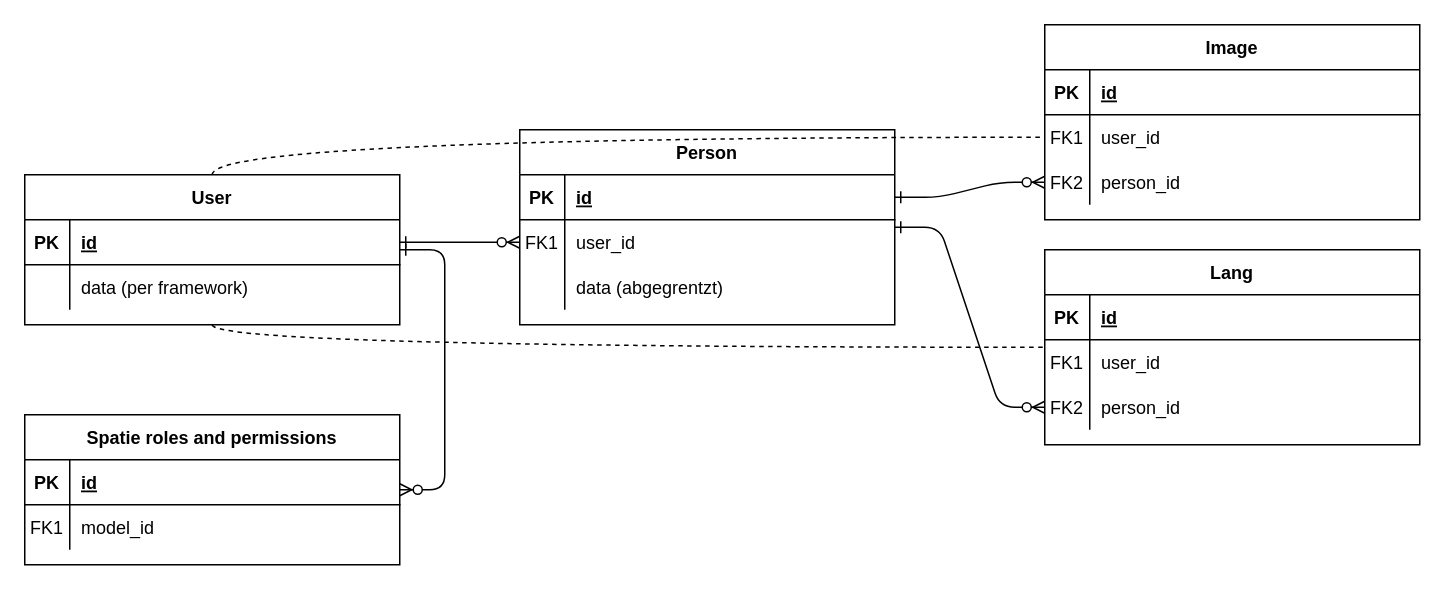
erth5/lv.pre keeps this draw.io diagram as doc/Relationship_Modell.drawio. Above is the earlier version. Source tidied: cells renumbered, new cells numbered last; positions are measured from the earlier drawing's top-left corner, leaving out a move shared by most shapes. Both pictures are drawn from the tidied source at 150%, with x=0, y=0 at pixel (24, 24).
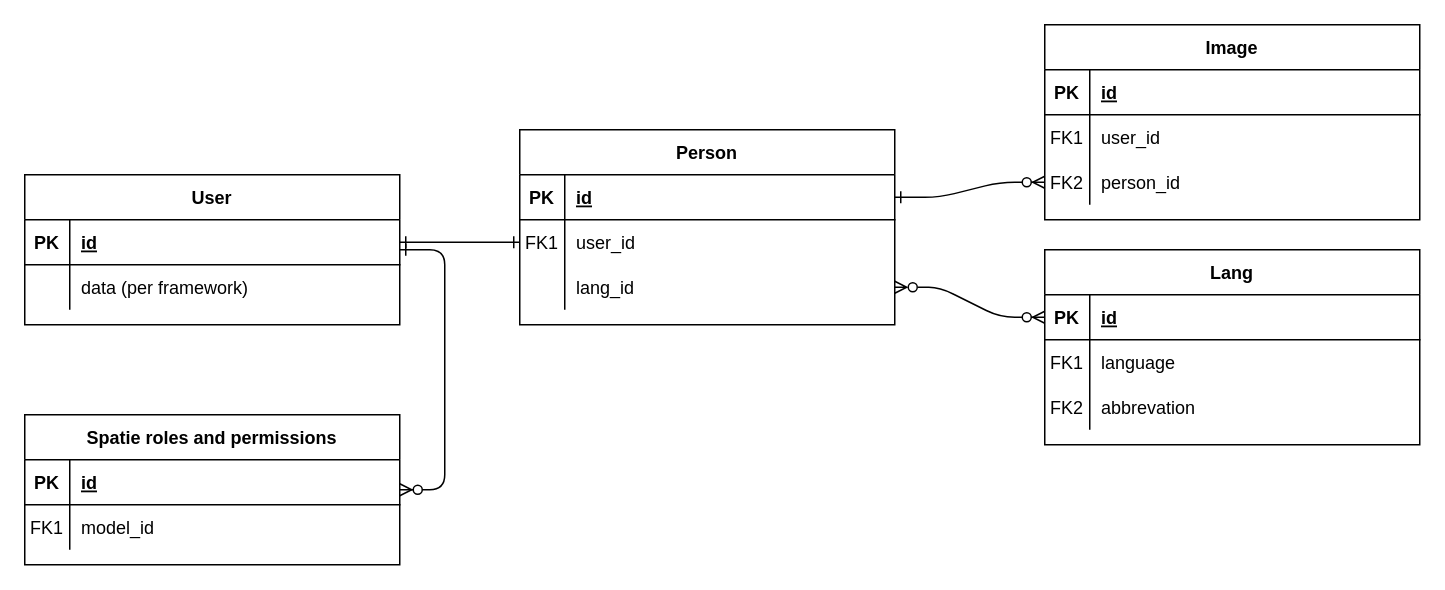
The same page after the edit.

Unchanged cells that the change refers to:
```xml
<mxCell id="4" value="Person" style="shape=table;startSize=30;childLayout=tableLayout;rowLines=0;fontStyle=1;align=center;" parent="1" vertex="1">
  <mxGeometry x="330" y="70" width="250" height="130" as="geometry" />
</mxCell>
<mxCell id="8" style="shape=partialRectangle;fillColor=none;points=[[0,0.5],[1,0.5]];portConstraint=eastwest;top=0;left=0;right=0;bottom=0;" parent="4" vertex="1">
  <mxGeometry y="60" width="250" height="30" as="geometry" />
</mxCell>
<mxCell id="11" style="shape=partialRectangle;fillColor=none;points=[[0,0.5],[1,0.5]];portConstraint=eastwest;top=0;left=0;right=0;bottom=0;" parent="4" vertex="1">
  <mxGeometry y="90" width="250" height="30" as="geometry" />
</mxCell>
<mxCell id="18" style="shape=partialRectangle;fillColor=none;points=[[0,0.5],[1,0.5]];portConstraint=eastwest;top=0;left=0;right=0;bottom=0;" parent="14" vertex="1">
  <mxGeometry y="60" width="250" height="30" as="geometry" />
</mxCell>
<mxCell id="24" value="User" style="shape=table;startSize=30;childLayout=tableLayout;rowLines=0;fontStyle=1;align=center;" parent="1" vertex="1">
  <mxGeometry y="100" width="250" height="100" as="geometry" />
</mxCell>
<mxCell id="25" style="shape=partialRectangle;fillColor=none;points=[[0,0.5],[1,0.5]];portConstraint=eastwest;top=0;left=0;right=0;bottom=1;" parent="24" vertex="1">
  <mxGeometry y="30" width="250" height="30" as="geometry" />
</mxCell>
<mxCell id="31" value="Lang" style="shape=table;startSize=30;childLayout=tableLayout;rowLines=0;fontStyle=1;align=center;" parent="1" vertex="1">
  <mxGeometry x="680" y="150" width="250" height="130" as="geometry" />
</mxCell>
<mxCell id="32" style="shape=partialRectangle;fillColor=none;points=[[0,0.5],[1,0.5]];portConstraint=eastwest;top=0;left=0;right=0;bottom=1;" parent="31" vertex="1">
  <mxGeometry y="30" width="250" height="30" as="geometry" />
</mxCell>
<mxCell id="35" style="shape=partialRectangle;fillColor=none;top=0;left=0;right=0;bottom=0;" parent="31" vertex="1">
  <mxGeometry y="60" width="250" height="30" as="geometry" />
</mxCell>
<mxCell id="38" style="shape=partialRectangle;fillColor=none;points=[[0,0.5],[1,0.5]];portConstraint=eastwest;top=0;left=0;right=0;bottom=0;" parent="31" vertex="1">
  <mxGeometry y="90" width="250" height="30" as="geometry" />
</mxCell>
```

What changed in the source:
```diff
@@
-    <mxCell id="2" style="edgeStyle=entityRelationEdgeStyle;endArrow=ERzeroToMany;startArrow=ERone;endFill=1;startFill=0;" parent="1" edge="1" source="25" target="8">
+    <mxCell id="2" style="edgeStyle=entityRelationEdgeStyle;endArrow=ERone;startArrow=ERone;endFill=0;startFill=0;" parent="1" edge="1" source="25" target="8">
       <mxGeometry relative="1" as="geometry" />
     </mxCell>
@@
-    <mxCell id="13" value="data (abgegrentzt)" style="shape=partialRectangle;overflow=hidden;fillColor=none;top=0;left=0;bottom=0;right=0;align=left;spacingLeft=6;" parent="11" vertex="1">
+    <mxCell id="13" value="lang_id" style="shape=partialRectangle;overflow=hidden;fillColor=none;top=0;left=0;bottom=0;right=0;align=left;spacingLeft=6;" parent="11" vertex="1">
       <mxGeometry x="30" width="220" height="30" as="geometry" />
     </mxCell>
@@
-    <mxCell id="37" value="user_id" style="shape=partialRectangle;overflow=hidden;fillColor=none;top=0;left=0;bottom=0;right=0;align=left;spacingLeft=6;" parent="35" vertex="1">
+    <mxCell id="37" value="language" style="shape=partialRectangle;overflow=hidden;fillColor=none;top=0;left=0;bottom=0;right=0;align=left;spacingLeft=6;" parent="35" vertex="1">
       <mxGeometry x="30" width="220" height="30" as="geometry" />
     </mxCell>
@@
-    <mxCell id="40" value="person_id" style="shape=partialRectangle;overflow=hidden;fillColor=none;top=0;left=0;bottom=0;right=0;align=left;spacingLeft=6;" parent="38" vertex="1">
+    <mxCell id="40" value="abbrevation" style="shape=partialRectangle;overflow=hidden;fillColor=none;top=0;left=0;bottom=0;right=0;align=left;spacingLeft=6;" parent="38" vertex="1">
       <mxGeometry x="30" width="220" height="30" as="geometry" />
     </mxCell>
-    <mxCell id="41" style="edgeStyle=entityRelationEdgeStyle;endArrow=ERzeroToMany;startArrow=ERone;endFill=1;startFill=0;" parent="1" edge="1" source="4" target="38">
+    <mxCell id="41" style="edgeStyle=entityRelationEdgeStyle;endArrow=ERzeroToMany;startArrow=ERzeroToMany;endFill=1;startFill=0;" parent="1" edge="1" source="11" target="32">
       <mxGeometry relative="1" as="geometry" />
     </mxCell>
-    <mxCell id="42" style="endArrow=none;dashed=1;html=1;rounded=0;entryX=0;entryY=0.5;entryDx=0;entryDy=0;edgeStyle=orthogonalEdgeStyle;curved=1;" parent="1" edge="1" source="24" target="18">
-      <mxGeometry relative="1" as="geometry" />
-    </mxCell>
-    <mxCell id="43" style="endArrow=none;dashed=1;html=1;rounded=0;edgeStyle=orthogonalEdgeStyle;exitX=0.5;exitY=1;exitDx=0;exitDy=0;curved=1;" parent="1" edge="1" source="24" target="31">
-      <mxGeometry relative="1" as="geometry" />
-    </mxCell>
```
